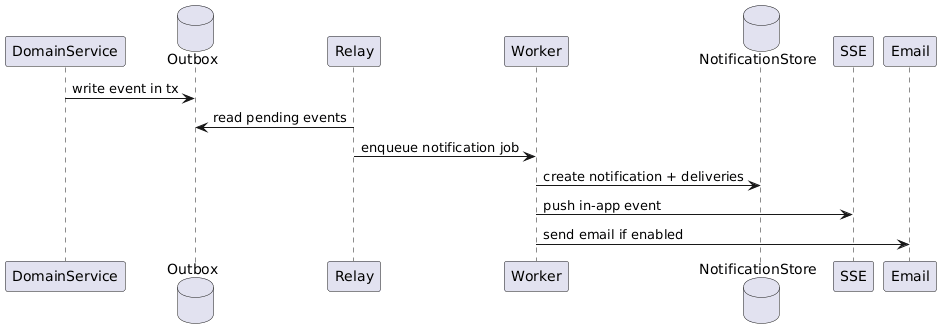
This is docs/detailed-designs/diagrams/rendered/seq_notifications.png from QuinntyneBrown/LendQ, a PlantUML export, as it was before one commit. Source of this version:
```plantuml
@startuml
participant DomainService
database Outbox
participant Relay
participant Worker
database NotificationStore
participant SSE
participant Email

DomainService -> Outbox : write event in tx
Relay -> Outbox : read pending events
Relay -> Worker : enqueue notification job
Worker -> NotificationStore : create notification + deliveries
Worker -> SSE : push in-app event
Worker -> Email : send email if enabled
@enduml
```
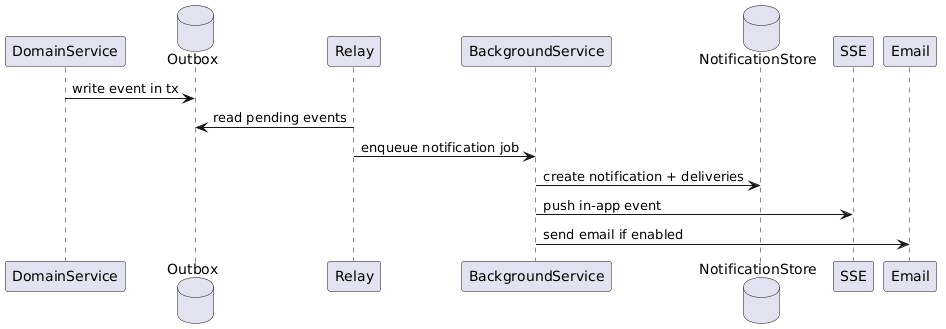
Above is the later version.

What changed in the source:
```diff
@@ -2,15 +2,15 @@
 participant DomainService
 database Outbox
 participant Relay
-participant Worker
+participant BackgroundService
 database NotificationStore
 participant SSE
 participant Email
 
 DomainService -> Outbox : write event in tx
 Relay -> Outbox : read pending events
-Relay -> Worker : enqueue notification job
-Worker -> NotificationStore : create notification + deliveries
-Worker -> SSE : push in-app event
-Worker -> Email : send email if enabled
+Relay -> BackgroundService : enqueue notification job
+BackgroundService -> NotificationStore : create notification + deliveries
+BackgroundService -> SSE : push in-app event
+BackgroundService -> Email : send email if enabled
 @enduml
```
